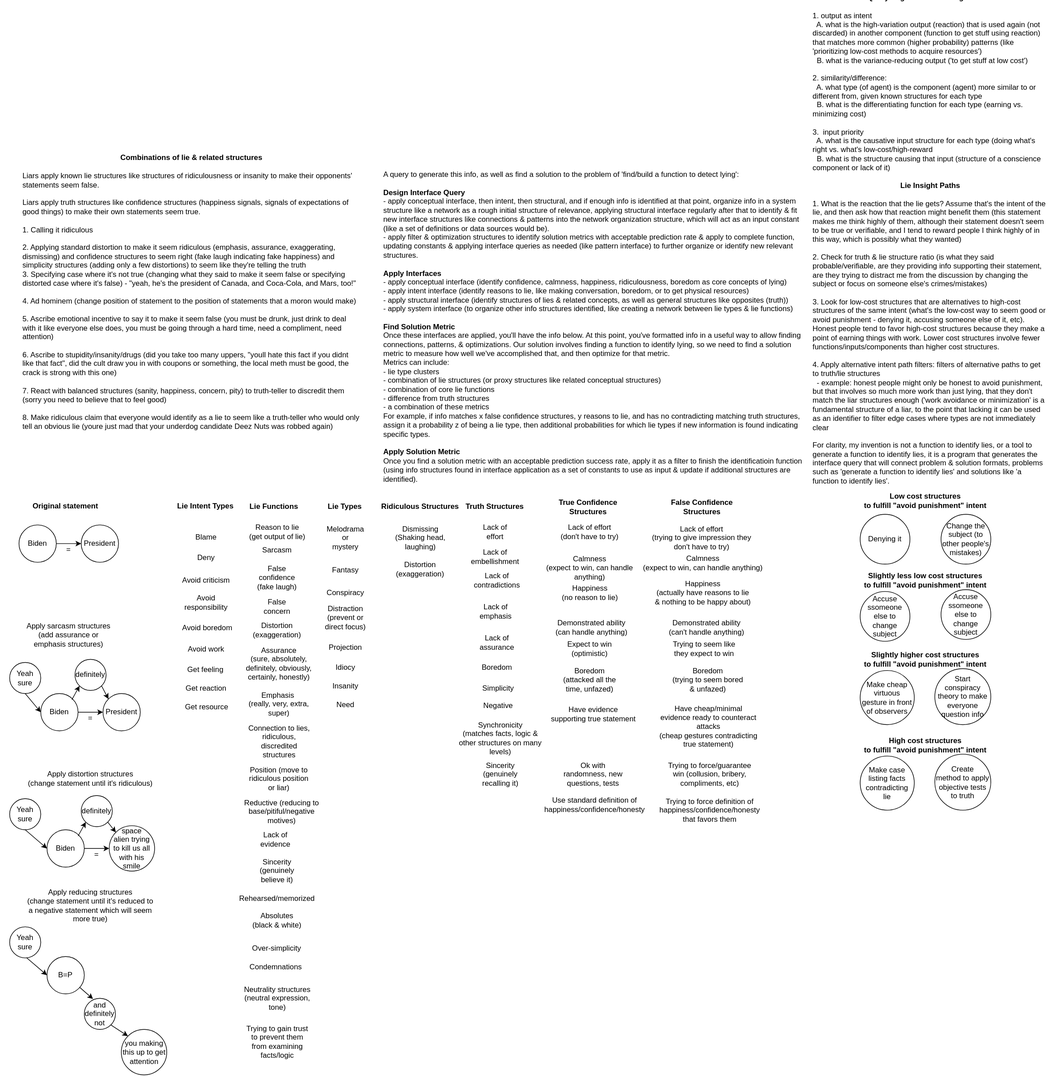
The draw.io diagram docs/objects/lie.svg in outdreamer/build-a-cure, before a commit. Source tidied: cells renumbered, new cells last; positions are measured from the earlier drawing's top-left corner, leaving out a move shared by most shapes.
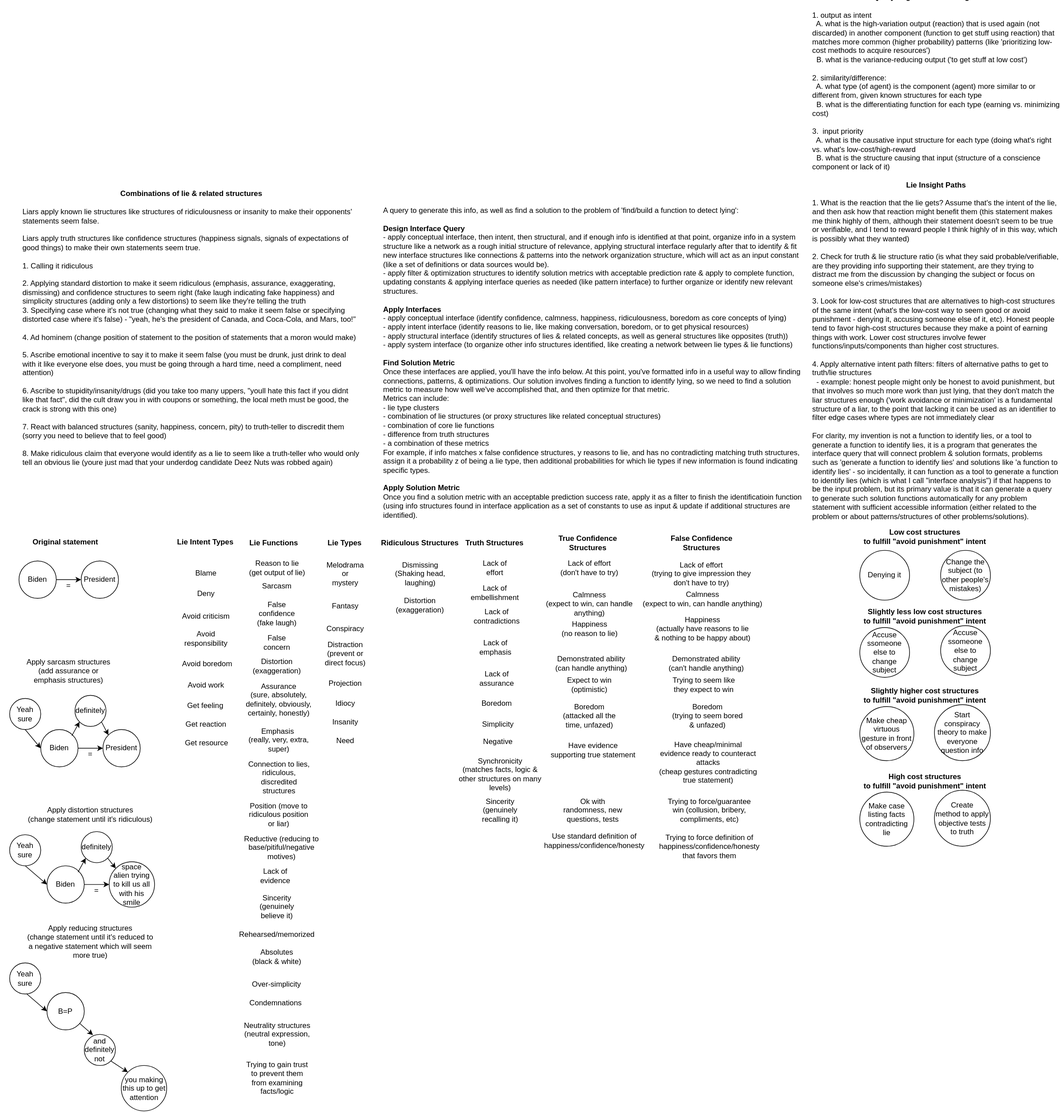
Above is the later version.

Change to the diagram source:
```diff
@@ -331,8 +331,8 @@
     <mxCell id="108" value="Avoid work" style="text;html=1;strokeColor=none;fillColor=none;align=center;verticalAlign=middle;whiteSpace=wrap;rounded=0;" parent="1" vertex="1">
       <mxGeometry x="289" y="739" width="84" height="20" as="geometry" />
     </mxCell>
-    <mxCell id="109" value="&lt;b&gt;Query to generate Lie Insight Paths&lt;br&gt;&lt;/b&gt;&lt;br&gt;&lt;div style=&quot;text-align: left&quot;&gt;1. output as intent&lt;/div&gt;&lt;div style=&quot;text-align: left&quot;&gt;&amp;nbsp; A. what is the high-variation output (reaction) that is used again (not discarded) in another component (function to get stuff using reaction) that matches more common (higher probability) patterns (like 'prioritizing low-cost methods to acquire resources')&lt;/div&gt;&lt;div style=&quot;text-align: left&quot;&gt;&amp;nbsp; B. what is the variance-reducing output ('to get stuff at low cost')&lt;/div&gt;&lt;div style=&quot;text-align: left&quot;&gt;&lt;br&gt;&lt;/div&gt;&lt;div style=&quot;text-align: left&quot;&gt;2. similarity/difference:&amp;nbsp;&lt;/div&gt;&lt;div style=&quot;text-align: left&quot;&gt;&amp;nbsp; A. what type (of agent) is the component (agent) more similar to or different from, given known structures for each type&lt;/div&gt;&lt;div style=&quot;text-align: left&quot;&gt;&amp;nbsp; B. what is the differentiating function for each type (earning vs. minimizing cost)&lt;/div&gt;&lt;div style=&quot;text-align: left&quot;&gt;&lt;br&gt;&lt;/div&gt;&lt;div style=&quot;text-align: left&quot;&gt;3.&amp;nbsp; input priority&lt;/div&gt;&lt;div style=&quot;text-align: left&quot;&gt;&amp;nbsp; A. what is the causative input structure for each type (doing what's right vs. what's low-cost/high-reward&lt;/div&gt;&lt;div style=&quot;text-align: left&quot;&gt;&amp;nbsp; B. what is the structure causing that input (structure of a conscience component or lack of it)&lt;/div&gt;&lt;br&gt;&lt;b&gt;Lie Insight Paths&lt;/b&gt;&lt;br&gt;&lt;br&gt;&lt;div style=&quot;text-align: left&quot;&gt;&lt;span&gt;1. What is the reaction that the lie gets? Assume that's the intent of the lie, and then ask how that reaction might benefit them (this statement makes me think highly of them, although their statement doesn't seem to be true or verifiable, and I tend to reward people I think highly of in this way, which is possibly what they wanted)&lt;/span&gt;&lt;/div&gt;&lt;div style=&quot;text-align: left&quot;&gt;&lt;br&gt;&lt;/div&gt;&lt;div style=&quot;text-align: left&quot;&gt;&lt;span&gt;2. Check for truth &amp;amp; lie structure ratio (is what they said probable/verifiable, are they providing info supporting their statement, are they trying to distract me from the discussion by changing the subject or focus on someone else's crimes/mistakes)&lt;/span&gt;&lt;/div&gt;&lt;div style=&quot;text-align: left&quot;&gt;&lt;br&gt;&lt;/div&gt;&lt;div style=&quot;text-align: left&quot;&gt;&lt;span&gt;3. Look for low-cost structures that are alternatives to high-cost structures of the same intent (what's the low-cost way to seem good or avoid punishment - denying it, accusing someone else of it, etc). Honest people tend to favor high-cost structures because they make a point of earning things with work. Lower cost structures involve fewer functions/inputs/components than higher cost structures.&lt;/span&gt;&lt;/div&gt;&lt;div style=&quot;text-align: left&quot;&gt;&lt;span&gt;&lt;br&gt;&lt;/span&gt;&lt;/div&gt;&lt;div style=&quot;text-align: left&quot;&gt;&lt;span&gt;4. Apply alternative intent path filters: filters of alternative paths to get to truth/lie structures&lt;/span&gt;&lt;/div&gt;&lt;div style=&quot;text-align: left&quot;&gt;&lt;span&gt;&amp;nbsp; - example: honest people might only be honest to avoid punishment, but that involves so much more work than just lying, that they don't match the liar structures enough ('work avoidance or minimization' is a fundamental structure of a liar, to the point that lacking it can be used as an identifier to filter edge cases where types are not immediately clear&lt;/span&gt;&lt;/div&gt;&lt;div style=&quot;text-align: left&quot;&gt;&lt;span&gt;&lt;br&gt;&lt;/span&gt;&lt;/div&gt;&lt;div style=&quot;text-align: left&quot;&gt;&lt;span&gt;For clarity, my invention is not a function to identify lies, or a tool to generate a function to identify lies, it is a program that generates the interface query that will connect problem &amp;amp; solution formats, problems such as 'generate a function to identify lies' and solutions like 'a function to identify lies'.&lt;/span&gt;&lt;/div&gt;" style="text;html=1;strokeColor=none;fillColor=none;align=center;verticalAlign=middle;whiteSpace=wrap;rounded=0;" parent="1" vertex="1">
-      <mxGeometry x="1305" y="80" width="380" height="20" as="geometry" />
+    <mxCell id="109" value="&lt;b&gt;Query to generate Lie Insight Paths&lt;br&gt;&lt;/b&gt;&lt;br&gt;&lt;div style=&quot;text-align: left&quot;&gt;1. output as intent&lt;/div&gt;&lt;div style=&quot;text-align: left&quot;&gt;&amp;nbsp; A. what is the high-variation output (reaction) that is used again (not discarded) in another component (function to get stuff using reaction) that matches more common (higher probability) patterns (like 'prioritizing low-cost methods to acquire resources')&lt;/div&gt;&lt;div style=&quot;text-align: left&quot;&gt;&amp;nbsp; B. what is the variance-reducing output ('to get stuff at low cost')&lt;/div&gt;&lt;div style=&quot;text-align: left&quot;&gt;&lt;br&gt;&lt;/div&gt;&lt;div style=&quot;text-align: left&quot;&gt;2. similarity/difference:&amp;nbsp;&lt;/div&gt;&lt;div style=&quot;text-align: left&quot;&gt;&amp;nbsp; A. what type (of agent) is the component (agent) more similar to or different from, given known structures for each type&lt;/div&gt;&lt;div style=&quot;text-align: left&quot;&gt;&amp;nbsp; B. what is the differentiating function for each type (earning vs. minimizing cost)&lt;/div&gt;&lt;div style=&quot;text-align: left&quot;&gt;&lt;br&gt;&lt;/div&gt;&lt;div style=&quot;text-align: left&quot;&gt;3.&amp;nbsp; input priority&lt;/div&gt;&lt;div style=&quot;text-align: left&quot;&gt;&amp;nbsp; A. what is the causative input structure for each type (doing what's right vs. what's low-cost/high-reward&lt;/div&gt;&lt;div style=&quot;text-align: left&quot;&gt;&amp;nbsp; B. what is the structure causing that input (structure of a conscience component or lack of it)&lt;/div&gt;&lt;br&gt;&lt;b&gt;Lie Insight Paths&lt;/b&gt;&lt;br&gt;&lt;br&gt;&lt;div style=&quot;text-align: left&quot;&gt;&lt;span&gt;1. What is the reaction that the lie gets? Assume that's the intent of the lie, and then ask how that reaction might benefit them (this statement makes me think highly of them, although their statement doesn't seem to be true or verifiable, and I tend to reward people I think highly of in this way, which is possibly what they wanted)&lt;/span&gt;&lt;/div&gt;&lt;div style=&quot;text-align: left&quot;&gt;&lt;br&gt;&lt;/div&gt;&lt;div style=&quot;text-align: left&quot;&gt;&lt;span&gt;2. Check for truth &amp;amp; lie structure ratio (is what they said probable/verifiable, are they providing info supporting their statement, are they trying to distract me from the discussion by changing the subject or focus on someone else's crimes/mistakes)&lt;/span&gt;&lt;/div&gt;&lt;div style=&quot;text-align: left&quot;&gt;&lt;br&gt;&lt;/div&gt;&lt;div style=&quot;text-align: left&quot;&gt;&lt;span&gt;3. Look for low-cost structures that are alternatives to high-cost structures of the same intent (what's the low-cost way to seem good or avoid punishment - denying it, accusing someone else of it, etc). Honest people tend to favor high-cost structures because they make a point of earning things with work. Lower cost structures involve fewer functions/inputs/components than higher cost structures.&lt;/span&gt;&lt;/div&gt;&lt;div style=&quot;text-align: left&quot;&gt;&lt;span&gt;&lt;br&gt;&lt;/span&gt;&lt;/div&gt;&lt;div style=&quot;text-align: left&quot;&gt;&lt;span&gt;4. Apply alternative intent path filters: filters of alternative paths to get to truth/lie structures&lt;/span&gt;&lt;/div&gt;&lt;div style=&quot;text-align: left&quot;&gt;&lt;span&gt;&amp;nbsp; - example: honest people might only be honest to avoid punishment, but that involves so much more work than just lying, that they don't match the liar structures enough ('work avoidance or minimization' is a fundamental structure of a liar, to the point that lacking it can be used as an identifier to filter edge cases where types are not immediately clear&lt;/span&gt;&lt;/div&gt;&lt;div style=&quot;text-align: left&quot;&gt;&lt;span&gt;&lt;br&gt;&lt;/span&gt;&lt;/div&gt;&lt;div style=&quot;text-align: left&quot;&gt;&lt;span&gt;For clarity, my invention is not a function to identify lies, or a tool to generate a function to identify lies, it is a program that generates the interface query that will connect problem &amp;amp; solution formats, problems such as 'generate a function to identify lies' and solutions like 'a function to identify lies' - so incidentally, it can function as a tool to generate a function to identify lies (which is what I call &quot;interface analysis&quot;) if that happens to be the input problem, but its primary value is that it can generate a query to generate such solution functions automatically for any problem statement with sufficient accessible information (either related to the problem or about patterns/structures of other problems/solutions).&lt;/span&gt;&lt;/div&gt;" style="text;html=1;strokeColor=none;fillColor=none;align=center;verticalAlign=middle;whiteSpace=wrap;rounded=0;" parent="1" vertex="1">
+      <mxGeometry x="1305" y="50" width="400" height="20" as="geometry" />
     </mxCell>
     <mxCell id="110" value="Denying it" style="ellipse;whiteSpace=wrap;html=1;" parent="1" vertex="1">
       <mxGeometry x="1382" y="532" width="80" height="80" as="geometry" />
```
